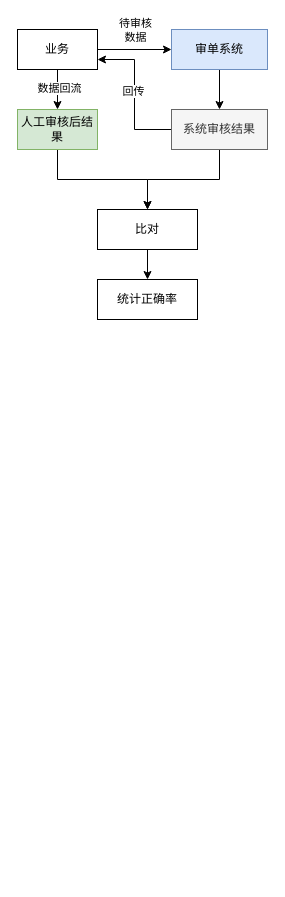
Above: 兴业银行标书.drawio in archwolf118/AI (draw.io), before the change. Source tidied: cells renumbered, new cells numbered last; positions are measured from the earlier drawing's top-left corner, leaving out a move shared by most shapes. Both pictures are drawn from the tidied source at 100%, with x=0, y=0 at pixel (17, 29).
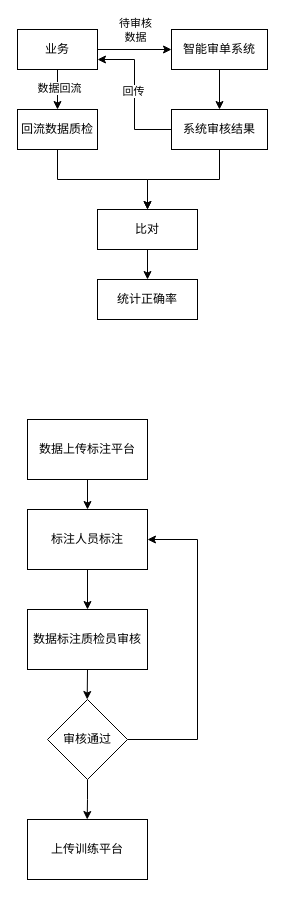
The same page after the edit.

Commit message:
更新兴业银行标书.drawio

Change to the diagram source:
```diff
@@
-    <mxCell id="8" value="审单系统" style="rounded=0;whiteSpace=wrap;html=1;fillColor=#dae8fc;strokeColor=#6c8ebf;" parent="1" vertex="1">
+    <mxCell id="8" value="智能审单系统" style="rounded=0;whiteSpace=wrap;html=1;" parent="1" vertex="1">
       <mxGeometry x="154" width="96" height="40" as="geometry" />
     </mxCell>
@@
-    <mxCell id="12" value="系统审核结果" style="rounded=0;whiteSpace=wrap;html=1;fillColor=#f5f5f5;strokeColor=#666666;fontColor=#333333;" parent="1" vertex="1">
+    <mxCell id="12" value="系统审核结果" style="rounded=0;whiteSpace=wrap;html=1;" parent="1" vertex="1">
       <mxGeometry x="154" y="80" width="96" height="40" as="geometry" />
     </mxCell>
@@
-    <mxCell id="14" value="人工审核后结果" style="rounded=0;whiteSpace=wrap;html=1;fillColor=#d5e8d4;strokeColor=#82b366;" parent="1" vertex="1">
+    <mxCell id="14" value="回流数据质检" style="rounded=0;whiteSpace=wrap;html=1;" parent="1" vertex="1">
       <mxGeometry y="80" width="80" height="40" as="geometry" />
     </mxCell>
@@
+    <mxCell id="18" style="edgeStyle=orthogonalEdgeStyle;rounded=0;jettySize=auto;html=1;exitX=0.5;exitY=1;exitDx=0;exitDy=0;entryX=0.5;entryY=0;entryDx=0;entryDy=0;" parent="1" edge="1" source="19" target="21">
+      <mxGeometry relative="1" as="geometry" />
+    </mxCell>
+    <mxCell id="19" value="数据上传标注平台" style="rounded=0;whiteSpace=wrap;html=1;" parent="1" vertex="1">
+      <mxGeometry x="10" y="390" width="120" height="60" as="geometry" />
+    </mxCell>
+    <mxCell id="20" style="edgeStyle=orthogonalEdgeStyle;rounded=0;jettySize=auto;html=1;exitX=0.5;exitY=1;exitDx=0;exitDy=0;" parent="1" edge="1" source="21" target="23">
+      <mxGeometry relative="1" as="geometry" />
+    </mxCell>
+    <mxCell id="21" value="标注人员标注" style="rounded=0;whiteSpace=wrap;html=1;" parent="1" vertex="1">
+      <mxGeometry x="10" y="480" width="120" height="60" as="geometry" />
+    </mxCell>
+    <mxCell id="22" style="edgeStyle=orthogonalEdgeStyle;rounded=0;jettySize=auto;html=1;exitX=0.5;exitY=1;exitDx=0;exitDy=0;" parent="1" edge="1" source="23">
+      <mxGeometry relative="1" as="geometry">
+        <mxPoint x="69.7" y="670" as="targetPoint" />
+      </mxGeometry>
+    </mxCell>
+    <mxCell id="23" value="数据标注质检员审核" style="rounded=0;whiteSpace=wrap;html=1;" parent="1" vertex="1">
+      <mxGeometry x="10" y="580" width="120" height="60" as="geometry" />
+    </mxCell>
+    <mxCell id="24" style="edgeStyle=orthogonalEdgeStyle;rounded=0;jettySize=auto;html=1;exitX=0.5;exitY=1;exitDx=0;exitDy=0;" parent="1" edge="1" source="26">
+      <mxGeometry relative="1" as="geometry">
+        <mxPoint x="69.7" y="790" as="targetPoint" />
+      </mxGeometry>
+    </mxCell>
+    <mxCell id="25" style="edgeStyle=orthogonalEdgeStyle;rounded=0;jettySize=auto;html=1;exitX=1;exitY=0.5;exitDx=0;exitDy=0;entryX=1;entryY=0.5;entryDx=0;entryDy=0;" parent="1" edge="1" source="26" target="21">
+      <mxGeometry relative="1" as="geometry">
+        <Array as="points">
+          <mxPoint x="180" y="710" />
+          <mxPoint x="180" y="510" />
+        </Array>
+      </mxGeometry>
+    </mxCell>
+    <mxCell id="26" value="审核通过" style="rhombus;whiteSpace=wrap;html=1;" parent="1" vertex="1">
+      <mxGeometry x="30" y="670" width="80" height="80" as="geometry" />
+    </mxCell>
+    <mxCell id="27" value="上传训练平台" style="rounded=0;whiteSpace=wrap;html=1;" parent="1" vertex="1">
+      <mxGeometry x="10" y="790" width="120" height="60" as="geometry" />
+    </mxCell>
```
